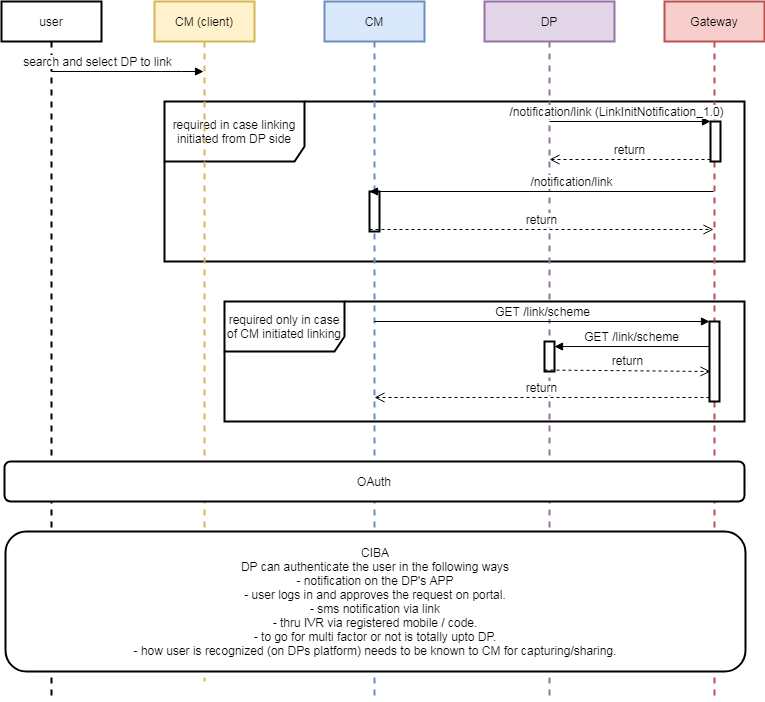
iSPIRT/DEPA keeps this draw.io diagram as seqDiagram/linkingSchemes.png. Above is the earlier version. Source tidied: cells renumbered, new cells last; positions are measured from the earlier drawing's top-left corner, leaving out a move shared by most shapes. Its diagram source:
```xml
<mxGraphModel>
  <root>
    <mxCell id="0" />
    <mxCell id="1" parent="0" />
    <mxCell id="2" value="required in case linking initiated from DP side" style="shape=umlFrame;whiteSpace=wrap;html=1;strokeWidth=2;width=140;height=60;fontSize=12;" parent="1" vertex="1">
      <mxGeometry x="163" y="100" width="580" height="160" as="geometry" />
    </mxCell>
    <mxCell id="3" value="required only in case of CM initiated linking" style="shape=umlFrame;whiteSpace=wrap;html=1;strokeWidth=2;width=120;height=50;fontSize=12;" parent="1" vertex="1">
      <mxGeometry x="223" y="300" width="520" height="120" as="geometry" />
    </mxCell>
    <mxCell id="4" value="user" style="shape=umlLifeline;perimeter=lifelinePerimeter;whiteSpace=wrap;html=1;outlineConnect=0;strokeWidth=2;fontSize=12;" parent="1" vertex="1">
      <mxGeometry width="100" height="700" as="geometry" />
    </mxCell>
    <mxCell id="5" value="CM" style="shape=umlLifeline;perimeter=lifelinePerimeter;whiteSpace=wrap;html=1;fillColor=#dae8fc;strokeColor=#6c8ebf;strokeWidth=2;fontSize=12;" parent="1" vertex="1">
      <mxGeometry x="323" width="100" height="700" as="geometry" />
    </mxCell>
    <mxCell id="6" style="html=1;points=[];perimeter=orthogonalPerimeter;strokeWidth=2;fontSize=12;" parent="5" vertex="1">
      <mxGeometry x="45" y="190" width="10" height="40" as="geometry" />
    </mxCell>
    <mxCell id="7" value="search and select DP to link" style="html=1;verticalAlign=bottom;endArrow=block;fontSize=12;" parent="1" edge="1" source="4" target="12">
      <mxGeometry x="-0.4" relative="1" as="geometry">
        <Array as="points">
          <mxPoint x="170" y="70" />
        </Array>
      </mxGeometry>
    </mxCell>
    <mxCell id="8" value="DP" style="shape=umlLifeline;perimeter=lifelinePerimeter;whiteSpace=wrap;html=1;outlineConnect=0;fillColor=#e1d5e7;strokeColor=#9673a6;strokeWidth=2;fontSize=12;" parent="1" vertex="1">
      <mxGeometry x="483" width="130" height="700" as="geometry" />
    </mxCell>
    <mxCell id="9" style="html=1;points=[];perimeter=orthogonalPerimeter;strokeWidth=2;fontSize=12;" parent="8" vertex="1">
      <mxGeometry x="60" y="340" width="10" height="30" as="geometry" />
    </mxCell>
    <mxCell id="10" value="Gateway" style="shape=umlLifeline;perimeter=lifelinePerimeter;whiteSpace=wrap;html=1;outlineConnect=0;fillColor=#f8cecc;strokeColor=#b85450;strokeWidth=2;fontSize=12;" parent="1" vertex="1">
      <mxGeometry x="663" width="100" height="700" as="geometry" />
    </mxCell>
    <mxCell id="11" style="html=1;points=[];perimeter=orthogonalPerimeter;strokeWidth=2;fontSize=12;" parent="10" vertex="1">
      <mxGeometry x="45" y="320" width="10" height="80" as="geometry" />
    </mxCell>
    <mxCell id="12" value="CM (client)" style="shape=umlLifeline;perimeter=lifelinePerimeter;whiteSpace=wrap;html=1;outlineConnect=0;fillColor=#fff2cc;strokeColor=#d6b656;strokeWidth=2;fontSize=12;" parent="1" vertex="1">
      <mxGeometry x="153" width="100" height="680" as="geometry" />
    </mxCell>
    <mxCell id="13" value="&lt;font style=&quot;font-size: 12px;&quot;&gt;/notification/link (LinkInitNotification_1.0)&lt;/font&gt;" style="html=1;verticalAlign=bottom;endArrow=block;entryX=0;entryY=0;rounded=0;fontSize=12;" parent="1" edge="1" source="8" target="21">
      <mxGeometry x="-0.17" relative="1" as="geometry" />
    </mxCell>
    <mxCell id="14" value="return" style="html=1;verticalAlign=bottom;endArrow=open;dashed=1;endSize=8;exitX=0;exitY=0.95;rounded=0;fontSize=12;" parent="1" edge="1" source="21" target="8">
      <mxGeometry relative="1" as="geometry" />
    </mxCell>
    <mxCell id="15" value="GET /link/scheme" style="html=1;verticalAlign=bottom;endArrow=block;entryX=0;entryY=0;rounded=0;fontSize=12;" parent="1" edge="1" target="11">
      <mxGeometry relative="1" as="geometry">
        <mxPoint x="373" y="320" as="sourcePoint" />
      </mxGeometry>
    </mxCell>
    <mxCell id="16" value="return" style="html=1;verticalAlign=bottom;endArrow=open;dashed=1;endSize=8;exitX=0;exitY=0.95;rounded=0;fontSize=12;" parent="1" edge="1" source="11">
      <mxGeometry relative="1" as="geometry">
        <mxPoint x="373" y="396" as="targetPoint" />
      </mxGeometry>
    </mxCell>
    <mxCell id="17" value="GET /link/scheme" style="html=1;verticalAlign=bottom;endArrow=block;rounded=0;exitX=0;exitY=0.313;exitDx=0;exitDy=0;exitPerimeter=0;fontSize=12;" parent="1" edge="1" source="11" target="9">
      <mxGeometry relative="1" as="geometry" />
    </mxCell>
    <mxCell id="18" value="return" style="html=1;verticalAlign=bottom;endArrow=open;dashed=1;endSize=8;exitX=0;exitY=0.95;rounded=0;entryX=0.1;entryY=0.625;entryDx=0;entryDy=0;entryPerimeter=0;fontSize=12;" parent="1" edge="1" source="9" target="11">
      <mxGeometry relative="1" as="geometry" />
    </mxCell>
    <mxCell id="19" value="/notification/link" style="html=1;verticalAlign=bottom;endArrow=block;entryX=0;entryY=0;rounded=0;fontSize=12;" parent="1" edge="1" source="10" target="6">
      <mxGeometry x="-0.17" relative="1" as="geometry" />
    </mxCell>
    <mxCell id="20" value="return" style="html=1;verticalAlign=bottom;endArrow=open;dashed=1;endSize=8;exitX=0;exitY=0.95;rounded=0;fontSize=12;" parent="1" edge="1" source="6" target="10">
      <mxGeometry relative="1" as="geometry" />
    </mxCell>
    <mxCell id="21" style="html=1;points=[];perimeter=orthogonalPerimeter;strokeWidth=2;fontSize=12;" parent="1" vertex="1">
      <mxGeometry x="709" y="120" width="10" height="40" as="geometry" />
    </mxCell>
    <mxCell id="22" value="CIBA&lt;br&gt;DP can authenticate the user in the following ways&lt;br&gt;- notification on the DP's APP&lt;br&gt;- user logs in and approves the request on portal.&lt;br&gt;- sms notification via link&lt;br&gt;- thru IVR via registered mobile / code.&lt;br&gt;- to go for multi factor or not is totally upto DP.&lt;br&gt;- how user is recognized (on DPs platform) needs to be known to CM for capturing/sharing." style="rounded=1;whiteSpace=wrap;html=1;strokeWidth=2;fontSize=12;" parent="1" vertex="1">
      <mxGeometry x="4" y="530" width="740" height="140" as="geometry" />
    </mxCell>
    <mxCell id="23" value="OAuth" style="rounded=1;whiteSpace=wrap;html=1;strokeWidth=2;fontSize=12;" parent="1" vertex="1">
      <mxGeometry x="3" y="460" width="740" height="40" as="geometry" />
    </mxCell>
  </root>
</mxGraphModel>
```
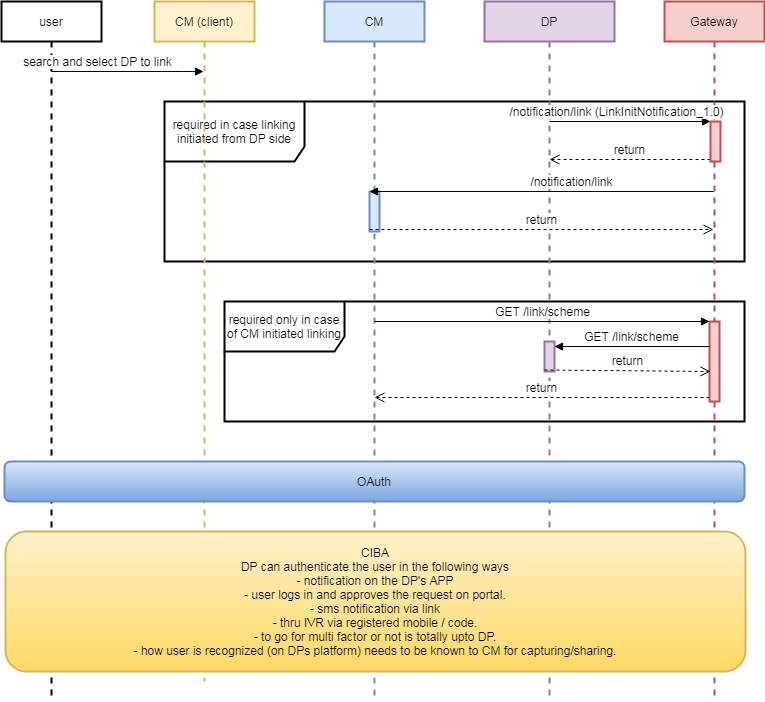
Above is the later version.

What changed in the source:
```diff
@@ -14,7 +14,7 @@
     <mxCell id="5" value="CM" style="shape=umlLifeline;perimeter=lifelinePerimeter;whiteSpace=wrap;html=1;fillColor=#dae8fc;strokeColor=#6c8ebf;strokeWidth=2;fontSize=12;" parent="1" vertex="1">
       <mxGeometry x="323" width="100" height="700" as="geometry" />
     </mxCell>
-    <mxCell id="6" style="html=1;points=[];perimeter=orthogonalPerimeter;strokeWidth=2;fontSize=12;" parent="5" vertex="1">
+    <mxCell id="6" style="html=1;points=[];perimeter=orthogonalPerimeter;strokeWidth=2;fontSize=12;fillColor=#dae8fc;strokeColor=#6c8ebf;" parent="5" vertex="1">
       <mxGeometry x="45" y="190" width="10" height="40" as="geometry" />
     </mxCell>
     <mxCell id="7" value="search and select DP to link" style="html=1;verticalAlign=bottom;endArrow=block;fontSize=12;" parent="1" edge="1" source="4" target="12">
@@ -27,13 +27,13 @@
     <mxCell id="8" value="DP" style="shape=umlLifeline;perimeter=lifelinePerimeter;whiteSpace=wrap;html=1;outlineConnect=0;fillColor=#e1d5e7;strokeColor=#9673a6;strokeWidth=2;fontSize=12;" parent="1" vertex="1">
       <mxGeometry x="483" width="130" height="700" as="geometry" />
     </mxCell>
-    <mxCell id="9" style="html=1;points=[];perimeter=orthogonalPerimeter;strokeWidth=2;fontSize=12;" parent="8" vertex="1">
+    <mxCell id="9" style="html=1;points=[];perimeter=orthogonalPerimeter;strokeWidth=2;fontSize=12;fillColor=#e1d5e7;strokeColor=#9673a6;" parent="8" vertex="1">
       <mxGeometry x="60" y="340" width="10" height="30" as="geometry" />
     </mxCell>
     <mxCell id="10" value="Gateway" style="shape=umlLifeline;perimeter=lifelinePerimeter;whiteSpace=wrap;html=1;outlineConnect=0;fillColor=#f8cecc;strokeColor=#b85450;strokeWidth=2;fontSize=12;" parent="1" vertex="1">
       <mxGeometry x="663" width="100" height="700" as="geometry" />
     </mxCell>
-    <mxCell id="11" style="html=1;points=[];perimeter=orthogonalPerimeter;strokeWidth=2;fontSize=12;" parent="10" vertex="1">
+    <mxCell id="11" style="html=1;points=[];perimeter=orthogonalPerimeter;strokeWidth=2;fontSize=12;fillColor=#f8cecc;strokeColor=#b85450;" parent="10" vertex="1">
       <mxGeometry x="45" y="320" width="10" height="80" as="geometry" />
     </mxCell>
     <mxCell id="12" value="CM (client)" style="shape=umlLifeline;perimeter=lifelinePerimeter;whiteSpace=wrap;html=1;outlineConnect=0;fillColor=#fff2cc;strokeColor=#d6b656;strokeWidth=2;fontSize=12;" parent="1" vertex="1">
@@ -67,13 +67,13 @@
     <mxCell id="20" value="return" style="html=1;verticalAlign=bottom;endArrow=open;dashed=1;endSize=8;exitX=0;exitY=0.95;rounded=0;fontSize=12;" parent="1" edge="1" source="6" target="10">
       <mxGeometry relative="1" as="geometry" />
     </mxCell>
-    <mxCell id="21" style="html=1;points=[];perimeter=orthogonalPerimeter;strokeWidth=2;fontSize=12;" parent="1" vertex="1">
+    <mxCell id="21" style="html=1;points=[];perimeter=orthogonalPerimeter;strokeWidth=2;fontSize=12;fillColor=#f8cecc;strokeColor=#b85450;" parent="1" vertex="1">
       <mxGeometry x="709" y="120" width="10" height="40" as="geometry" />
     </mxCell>
-    <mxCell id="22" value="CIBA&lt;br&gt;DP can authenticate the user in the following ways&lt;br&gt;- notification on the DP's APP&lt;br&gt;- user logs in and approves the request on portal.&lt;br&gt;- sms notification via link&lt;br&gt;- thru IVR via registered mobile / code.&lt;br&gt;- to go for multi factor or not is totally upto DP.&lt;br&gt;- how user is recognized (on DPs platform) needs to be known to CM for capturing/sharing." style="rounded=1;whiteSpace=wrap;html=1;strokeWidth=2;fontSize=12;" parent="1" vertex="1">
+    <mxCell id="22" value="CIBA&lt;br&gt;DP can authenticate the user in the following ways&lt;br&gt;- notification on the DP's APP&lt;br&gt;- user logs in and approves the request on portal.&lt;br&gt;- sms notification via link&lt;br&gt;- thru IVR via registered mobile / code.&lt;br&gt;- to go for multi factor or not is totally upto DP.&lt;br&gt;- how user is recognized (on DPs platform) needs to be known to CM for capturing/sharing." style="rounded=1;whiteSpace=wrap;html=1;strokeWidth=2;fontSize=12;gradientColor=#ffd966;fillColor=#fff2cc;strokeColor=#d6b656;" parent="1" vertex="1">
       <mxGeometry x="4" y="530" width="740" height="140" as="geometry" />
     </mxCell>
-    <mxCell id="23" value="OAuth" style="rounded=1;whiteSpace=wrap;html=1;strokeWidth=2;fontSize=12;" parent="1" vertex="1">
+    <mxCell id="23" value="OAuth" style="rounded=1;whiteSpace=wrap;html=1;strokeWidth=2;fontSize=12;fillColor=#dae8fc;strokeColor=#6c8ebf;gradientColor=#7ea6e0;" parent="1" vertex="1">
       <mxGeometry x="3" y="460" width="740" height="40" as="geometry" />
     </mxCell>
   </root>
```
